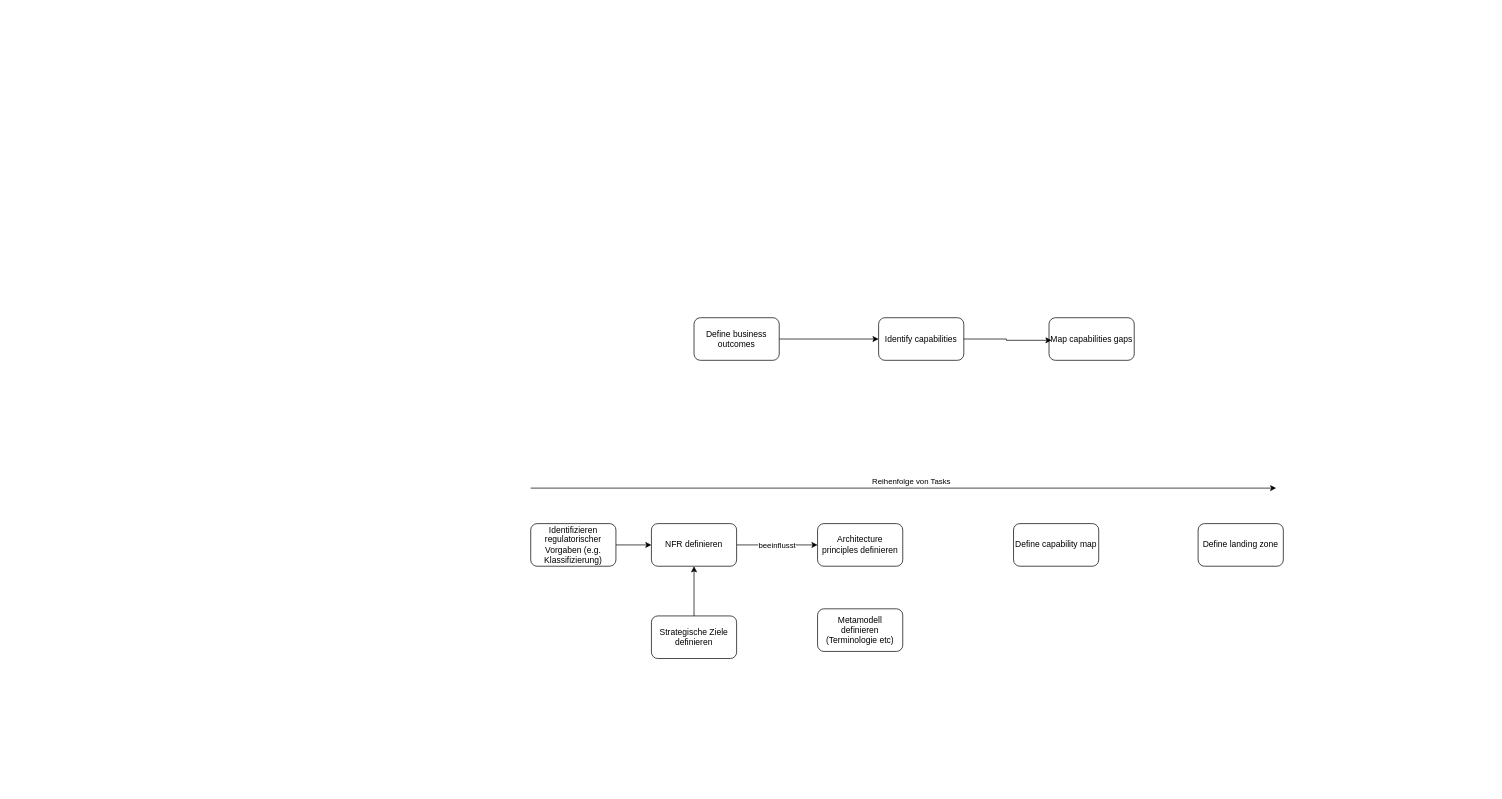
The draw.io diagram graphics/ip6-ideation.drawio in frithjofhoppe/aitw-report, before the edit. Source tidied: cells renumbered, new cells numbered last; positions are measured from the earlier drawing's top-left corner, leaving out a move shared by most shapes. Both pictures are drawn from the tidied source at 71%, with x=0, y=0 at pixel (530, 317).
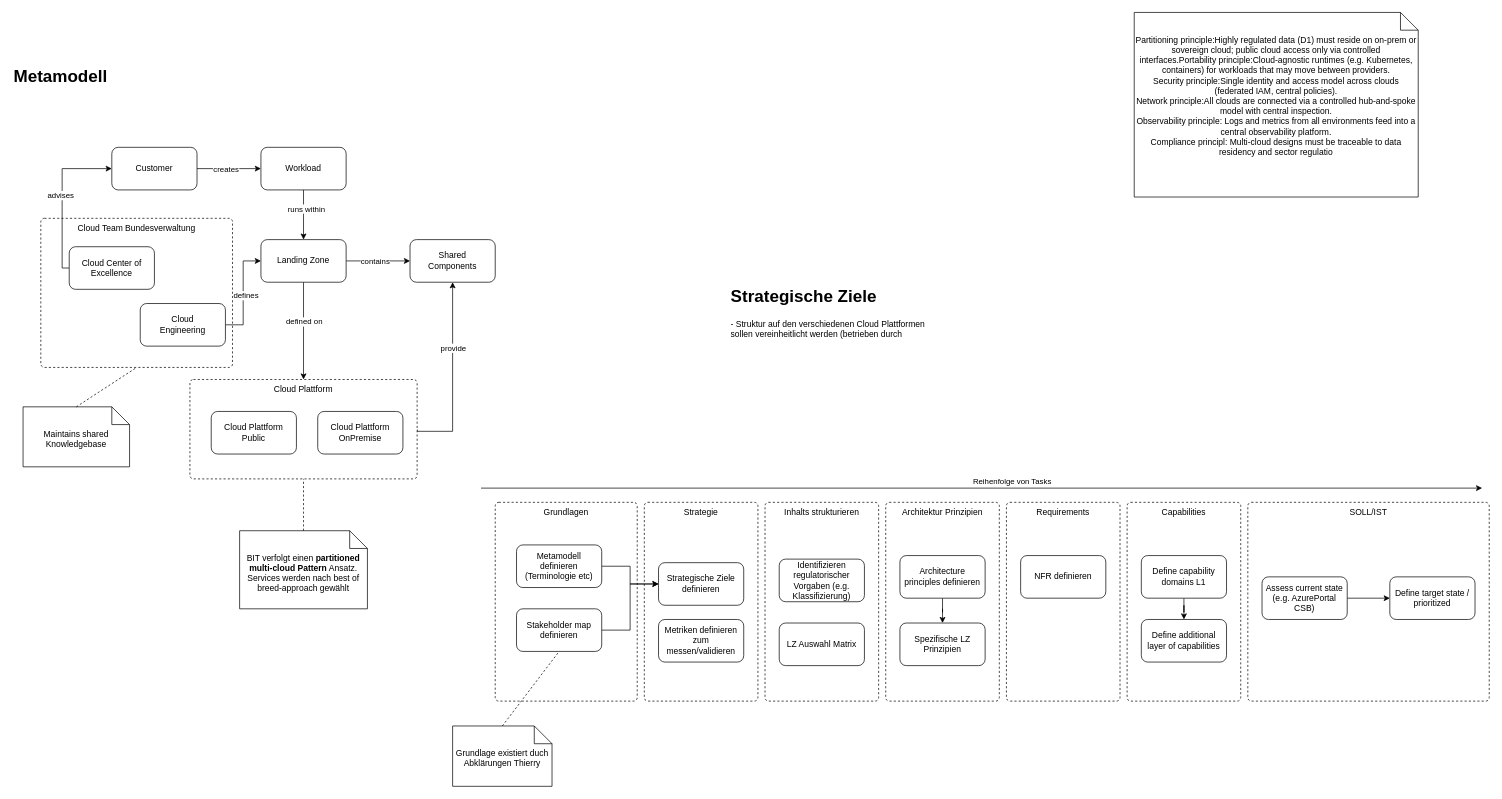
After the change.

Change to the diagram source:
```diff
@@
+    <mxCell id="20" value="&lt;div style=&quot;text-align: left;&quot;&gt;&lt;span style=&quot;background-color: transparent; color: light-dark(rgb(0, 0, 0), rgb(255, 255, 255));&quot;&gt;Cloud Team Bundesverwaltung&lt;/span&gt;&lt;/div&gt;" style="html=1;align=center;verticalAlign=top;rounded=1;absoluteArcSize=1;arcSize=10;dashed=1;whiteSpace=wrap;" parent="1" vertex="1">
+      <mxGeometry x="-690" y="-140" width="270" height="210" as="geometry" />
+    </mxCell>
+    <mxCell id="21" value="&lt;div style=&quot;text-align: left;&quot;&gt;SOLL/IST&lt;/div&gt;" style="html=1;align=center;verticalAlign=top;rounded=1;absoluteArcSize=1;arcSize=10;dashed=1;whiteSpace=wrap;" parent="1" vertex="1">
+      <mxGeometry x="1010" y="260" width="340" height="280" as="geometry" />
+    </mxCell>
+    <mxCell id="22" value="&lt;div style=&quot;text-align: left;&quot;&gt;Capabilities&lt;/div&gt;" style="html=1;align=center;verticalAlign=top;rounded=1;absoluteArcSize=1;arcSize=10;dashed=1;whiteSpace=wrap;" parent="1" vertex="1">
+      <mxGeometry x="840" y="260" width="160" height="280" as="geometry" />
+    </mxCell>
+    <mxCell id="23" value="&lt;div style=&quot;text-align: left;&quot;&gt;Requirements&lt;/div&gt;" style="html=1;align=center;verticalAlign=top;rounded=1;absoluteArcSize=1;arcSize=10;dashed=1;whiteSpace=wrap;" parent="1" vertex="1">
+      <mxGeometry x="670" y="260" width="160" height="280" as="geometry" />
+    </mxCell>
+    <mxCell id="24" value="&lt;div style=&quot;text-align: left;&quot;&gt;Architektur Prinzipien&lt;/div&gt;" style="html=1;align=center;verticalAlign=top;rounded=1;absoluteArcSize=1;arcSize=10;dashed=1;whiteSpace=wrap;" parent="1" vertex="1">
+      <mxGeometry x="500" y="260" width="160" height="280" as="geometry" />
+    </mxCell>
+    <mxCell id="25" value="&lt;div style=&quot;text-align: left;&quot;&gt;Inhalts strukturieren&lt;/div&gt;" style="html=1;align=center;verticalAlign=top;rounded=1;absoluteArcSize=1;arcSize=10;dashed=1;whiteSpace=wrap;" parent="1" vertex="1">
+      <mxGeometry x="330" y="260" width="160" height="280" as="geometry" />
+    </mxCell>
+    <mxCell id="26" value="&lt;div style=&quot;text-align: left;&quot;&gt;Strategie&lt;/div&gt;" style="html=1;align=center;verticalAlign=top;rounded=1;absoluteArcSize=1;arcSize=10;dashed=1;whiteSpace=wrap;" parent="1" vertex="1">
+      <mxGeometry x="160" y="260" width="160" height="280" as="geometry" />
+    </mxCell>
+    <mxCell id="27" value="&lt;span style=&quot;text-align: left;&quot;&gt;Grundlagen&lt;/span&gt;" style="html=1;align=center;verticalAlign=top;rounded=1;absoluteArcSize=1;arcSize=10;dashed=1;whiteSpace=wrap;" parent="1" vertex="1">
+      <mxGeometry x="-50" y="260" width="200" height="280" as="geometry" />
+    </mxCell>
+    <mxCell id="28" style="edgeStyle=orthogonalEdgeStyle;rounded=0;jettySize=auto;html=1;entryX=0.5;entryY=0;entryDx=0;entryDy=0;" parent="1" edge="1" source="2" target="40">
+      <mxGeometry relative="1" as="geometry" />
+    </mxCell>
     <mxCell id="2" value="Architecture principles definieren" style="rounded=1;whiteSpace=wrap;html=1;" parent="1" vertex="1">
-      <mxGeometry x="404" y="290" width="120" height="60" as="geometry" />
+      <mxGeometry x="520" y="335" width="120" height="60" as="geometry" />
     </mxCell>
-    <mxCell id="3" style="edgeStyle=orthogonalEdgeStyle;rounded=0;jettySize=auto;html=1;entryX=0;entryY=0.5;entryDx=0;entryDy=0;" parent="1" edge="1" source="4" target="5">
-      <mxGeometry relative="1" as="geometry" />
-    </mxCell>
-    <mxCell id="4" value="Define business outcomes" style="rounded=1;whiteSpace=wrap;html=1;" parent="1" vertex="1">
-      <mxGeometry x="230" width="120" height="60" as="geometry" />
-    </mxCell>
-    <mxCell id="5" value="Identify capabilities" style="rounded=1;whiteSpace=wrap;html=1;" parent="1" vertex="1">
-      <mxGeometry x="490" width="120" height="60" as="geometry" />
-    </mxCell>
-    <mxCell id="6" value="Map capabilities gaps" style="rounded=1;whiteSpace=wrap;html=1;" parent="1" vertex="1">
-      <mxGeometry x="730" width="120" height="60" as="geometry" />
-    </mxCell>
-    <mxCell id="7" style="edgeStyle=orthogonalEdgeStyle;rounded=0;jettySize=auto;html=1;entryX=0.03;entryY=0.53;entryDx=0;entryDy=0;entryPerimeter=0;" parent="1" edge="1" source="5" target="6">
-      <mxGeometry relative="1" as="geometry" />
-    </mxCell>
+    <mxCell id="29" style="edgeStyle=orthogonalEdgeStyle;rounded=0;jettySize=auto;html=1;entryX=0;entryY=0.5;entryDx=0;entryDy=0;" parent="1" edge="1" source="8" target="13">
+      <mxGeometry relative="1" as="geometry" />
+    </mxCell>
     <mxCell id="8" value="Metamodell definieren (Terminologie etc)" style="rounded=1;whiteSpace=wrap;html=1;" parent="1" vertex="1">
-      <mxGeometry x="404" y="410" width="120" height="60" as="geometry" />
+      <mxGeometry x="-20" y="320" width="120" height="60" as="geometry" />
     </mxCell>
-    <mxCell id="9" style="edgeStyle=orthogonalEdgeStyle;rounded=0;jettySize=auto;html=1;entryX=0;entryY=0.5;entryDx=0;entryDy=0;" parent="1" edge="1" source="11" target="2">
-      <mxGeometry relative="1" as="geometry" />
-    </mxCell>
-    <mxCell id="10" value="beeinflusst" style="edgeLabel;html=1;align=center;verticalAlign=middle;" parent="9" vertex="1">
-      <mxGeometry x="-0.02" relative="1" as="geometry" />
-    </mxCell>
     <mxCell id="11" value="NFR definieren" style="rounded=1;whiteSpace=wrap;html=1;" parent="1" vertex="1">
-      <mxGeometry x="170" y="290" width="120" height="60" as="geometry" />
+      <mxGeometry x="690" y="335" width="120" height="60" as="geometry" />
     </mxCell>
-    <mxCell id="12" style="edgeStyle=orthogonalEdgeStyle;rounded=0;jettySize=auto;html=1;entryX=0.5;entryY=1;entryDx=0;entryDy=0;" parent="1" edge="1" source="13" target="11">
-      <mxGeometry relative="1" as="geometry" />
-    </mxCell>
     <mxCell id="13" value="Strategische Ziele definieren" style="rounded=1;whiteSpace=wrap;html=1;" parent="1" vertex="1">
-      <mxGeometry x="170" y="420" width="120" height="60" as="geometry" />
+      <mxGeometry x="180" y="345" width="120" height="60" as="geometry" />
     </mxCell>
+    <mxCell id="30" style="edgeStyle=orthogonalEdgeStyle;rounded=0;jettySize=auto;html=1;" parent="1" edge="1" source="14" target="32">
+      <mxGeometry relative="1" as="geometry" />
+    </mxCell>
-    <mxCell id="14" value="Define capability map" style="rounded=1;whiteSpace=wrap;html=1;" parent="1" vertex="1">
-      <mxGeometry x="680" y="290" width="120" height="60" as="geometry" />
+    <mxCell id="14" value="Define capability domains L1" style="rounded=1;whiteSpace=wrap;html=1;" parent="1" vertex="1">
+      <mxGeometry x="860" y="335" width="120" height="60" as="geometry" />
     </mxCell>
-    <mxCell id="15" value="Define landing zone" style="rounded=1;whiteSpace=wrap;html=1;" parent="1" vertex="1">
-      <mxGeometry x="940" y="290" width="120" height="60" as="geometry" />
-    </mxCell>
-    <mxCell id="16" style="edgeStyle=orthogonalEdgeStyle;rounded=0;jettySize=auto;html=1;entryX=0;entryY=0.5;entryDx=0;entryDy=0;" parent="1" edge="1" source="17" target="11">
-      <mxGeometry relative="1" as="geometry" />
-    </mxCell>
     <mxCell id="17" value="&lt;div&gt;Identifizieren regulatorischer Vorgaben (e.g. Klassifizierung)&lt;/div&gt;" style="rounded=1;whiteSpace=wrap;html=1;" parent="1" vertex="1">
-      <mxGeometry y="290" width="120" height="60" as="geometry" />
+      <mxGeometry x="350" y="340" width="120" height="60" as="geometry" />
     </mxCell>
     <mxCell id="18" style="endArrow=classic;html=2;rounded=0;" parent="1" edge="1">
       <mxGeometry relative="1" as="geometry">
-        <mxPoint y="240" as="sourcePoint" />
-        <mxPoint x="1050" y="240" as="targetPoint" />
+        <mxPoint x="-70" y="240" as="sourcePoint" />
+        <mxPoint x="1340" y="240" as="targetPoint" />
       </mxGeometry>
     </mxCell>
@@
+    <mxCell id="31" value="&lt;span style=&quot;text-align: left;&quot;&gt;Partitioning principle:Highly regulated data (D1) must reside on on-prem or sovereign cloud; public cloud access only via controlled interfaces.Portability principle:Cloud-agnostic runtimes (e.g. Kubernetes, containers) for workloads that may move between providers.&lt;/span&gt;&lt;br style=&quot;padding: 0px; margin: 0px; text-align: left;&quot;&gt;&lt;span style=&quot;text-align: left;&quot;&gt;Security principle:Single identity and access model across clouds (federated IAM, central policies).&lt;/span&gt;&lt;br style=&quot;padding: 0px; margin: 0px; text-align: left;&quot;&gt;&lt;span style=&quot;text-align: left;&quot;&gt;Network principle:All clouds are connected via a controlled hub-and-spoke model with central inspection.&lt;/span&gt;&lt;br style=&quot;padding: 0px; margin: 0px; text-align: left;&quot;&gt;&lt;span style=&quot;text-align: left;&quot;&gt;Observability principle: Logs and metrics from all environments feed into a central observability platform.&lt;/span&gt;&lt;br style=&quot;padding: 0px; margin: 0px; text-align: left;&quot;&gt;&lt;span style=&quot;text-align: left;&quot;&gt;Compliance principl: Multi-cloud designs must be traceable to data residency and sector regulatio&lt;/span&gt;" style="shape=note2;boundedLbl=1;whiteSpace=wrap;html=1;size=25;verticalAlign=top;align=center;" parent="1" vertex="1">
+      <mxGeometry x="850" y="-430" width="400" height="260" as="geometry" />
+    </mxCell>
+    <mxCell id="32" value="Define additional layer of capabilities" style="rounded=1;whiteSpace=wrap;html=1;" parent="1" vertex="1">
+      <mxGeometry x="860" y="425" width="120" height="60" as="geometry" />
+    </mxCell>
+    <mxCell id="33" style="edgeStyle=orthogonalEdgeStyle;rounded=0;jettySize=auto;html=1;" parent="1" edge="1" source="34" target="35">
+      <mxGeometry relative="1" as="geometry" />
+    </mxCell>
+    <mxCell id="34" value="Assess current state (e.g. AzurePortal CSB)" style="rounded=1;whiteSpace=wrap;html=1;" parent="1" vertex="1">
+      <mxGeometry x="1030" y="365" width="120" height="60" as="geometry" />
+    </mxCell>
+    <mxCell id="35" value="Define target state / prioritized" style="rounded=1;whiteSpace=wrap;html=1;" parent="1" vertex="1">
+      <mxGeometry x="1210" y="365" width="120" height="60" as="geometry" />
+    </mxCell>
+    <mxCell id="36" style="edgeStyle=orthogonalEdgeStyle;rounded=0;jettySize=auto;html=1;entryX=0;entryY=0.5;entryDx=0;entryDy=0;" parent="1" edge="1" source="37" target="13">
+      <mxGeometry relative="1" as="geometry" />
+    </mxCell>
+    <mxCell id="37" value="Stakeholder map definieren" style="rounded=1;whiteSpace=wrap;html=1;" parent="1" vertex="1">
+      <mxGeometry x="-20" y="410" width="120" height="60" as="geometry" />
+    </mxCell>
+    <mxCell id="38" value="Metriken definieren zum messen/validieren" style="rounded=1;whiteSpace=wrap;html=1;" parent="1" vertex="1">
+      <mxGeometry x="180" y="425" width="120" height="60" as="geometry" />
+    </mxCell>
+    <mxCell id="39" value="LZ Auswahl Matrix" style="rounded=1;whiteSpace=wrap;html=1;" parent="1" vertex="1">
+      <mxGeometry x="350" y="430" width="120" height="60" as="geometry" />
+    </mxCell>
+    <mxCell id="40" value="Spezifische LZ Prinzipien" style="rounded=1;whiteSpace=wrap;html=1;" parent="1" vertex="1">
+      <mxGeometry x="520" y="430" width="120" height="60" as="geometry" />
+    </mxCell>
+    <mxCell id="41" value="Grundlage existiert duch Abklärungen Thierry" style="shape=note2;boundedLbl=1;whiteSpace=wrap;html=1;size=25;verticalAlign=top;align=center;" parent="1" vertex="1">
+      <mxGeometry x="-110" y="575" width="140" height="85" as="geometry" />
+    </mxCell>
+    <mxCell id="42" style="endArrow=none;dashed=1;html=1;rounded=0;exitX=0.5;exitY=0;exitDx=0;exitDy=0;exitPerimeter=0;entryX=0.5;entryY=1;entryDx=0;entryDy=0;" parent="1" edge="1" source="41" target="37">
+      <mxGeometry relative="1" as="geometry" />
+    </mxCell>
+    <mxCell id="43" style="edgeStyle=orthogonalEdgeStyle;rounded=0;jettySize=auto;html=1;entryX=0.5;entryY=1;entryDx=0;entryDy=0;exitX=1;exitY=0.5;exitDx=0;exitDy=0;" parent="1" edge="1" source="45" target="58">
+      <mxGeometry relative="1" as="geometry">
+        <Array as="points">
+          <mxPoint x="-160" y="160" />
+          <mxPoint x="-110" y="160" />
+        </Array>
+      </mxGeometry>
+    </mxCell>
+    <mxCell id="44" value="provide" style="edgeLabel;html=1;align=center;verticalAlign=middle;" parent="43" vertex="1">
+      <mxGeometry x="0.3" relative="1" as="geometry" />
+    </mxCell>
+    <mxCell id="45" value="&lt;span style=&quot;text-align: left;&quot;&gt;Cloud Plattform&lt;/span&gt;" style="html=1;align=center;verticalAlign=top;rounded=1;absoluteArcSize=1;arcSize=10;dashed=1;whiteSpace=wrap;" parent="1" vertex="1">
+      <mxGeometry x="-480" y="87" width="320" height="140" as="geometry" />
+    </mxCell>
+    <mxCell id="46" style="edgeStyle=orthogonalEdgeStyle;rounded=0;jettySize=auto;html=1;entryX=0.5;entryY=0;entryDx=0;entryDy=0;" parent="1" edge="1" source="50" target="45">
+      <mxGeometry relative="1" as="geometry" />
+    </mxCell>
+    <mxCell id="47" value="defined on" style="edgeLabel;html=1;align=center;verticalAlign=middle;" parent="46" vertex="1">
+      <mxGeometry x="-0.19" relative="1" as="geometry" />
+    </mxCell>
+    <mxCell id="48" style="edgeStyle=orthogonalEdgeStyle;rounded=0;jettySize=auto;html=1;entryX=0;entryY=0.5;entryDx=0;entryDy=0;" parent="1" edge="1" source="50" target="58">
+      <mxGeometry relative="1" as="geometry" />
+    </mxCell>
+    <mxCell id="49" value="contains" style="edgeLabel;html=1;align=center;verticalAlign=middle;" parent="48" vertex="1">
+      <mxGeometry x="-0.02" y="-2" relative="1" as="geometry">
+        <mxPoint x="-4" y="-2" as="offset" />
+      </mxGeometry>
+    </mxCell>
+    <mxCell id="50" value="Landing Zone" style="rounded=1;whiteSpace=wrap;html=1;" parent="1" vertex="1">
+      <mxGeometry x="-380" y="-110" width="120" height="60" as="geometry" />
+    </mxCell>
+    <mxCell id="51" value="Cloud Plattform&lt;div&gt;Public&lt;/div&gt;" style="rounded=1;whiteSpace=wrap;html=1;" parent="1" vertex="1">
+      <mxGeometry x="-450" y="132" width="120" height="60" as="geometry" />
+    </mxCell>
+    <mxCell id="52" value="Cloud Plattform&lt;div&gt;OnPremise&lt;/div&gt;" style="rounded=1;whiteSpace=wrap;html=1;" parent="1" vertex="1">
+      <mxGeometry x="-300" y="132" width="120" height="60" as="geometry" />
+    </mxCell>
+    <mxCell id="53" value="BIT verfolgt einen &lt;b&gt;partitioned multi-cloud Pattern&lt;/b&gt; Ansatz. Services werden nach best of breed-approach gewählt&lt;div&gt;&lt;br&gt;&lt;/div&gt;" style="shape=note2;boundedLbl=1;whiteSpace=wrap;html=1;size=25;verticalAlign=top;align=center;" parent="1" vertex="1">
+      <mxGeometry x="-410" y="300" width="180" height="110" as="geometry" />
+    </mxCell>
+    <mxCell id="54" style="edgeStyle=orthogonalEdgeStyle;rounded=0;jettySize=auto;html=1;entryX=0.5;entryY=0;entryDx=0;entryDy=0;" parent="1" edge="1" source="56" target="50">
+      <mxGeometry relative="1" as="geometry" />
+    </mxCell>
+    <mxCell id="55" value="runs within" style="edgeLabel;html=1;align=center;verticalAlign=middle;" parent="54" vertex="1">
+      <mxGeometry x="-0.27" y="3" relative="1" as="geometry" />
+    </mxCell>
+    <mxCell id="56" value="Workload" style="rounded=1;whiteSpace=wrap;html=1;" parent="1" vertex="1">
+      <mxGeometry x="-380" y="-240" width="120" height="60" as="geometry" />
+    </mxCell>
+    <mxCell id="57" style="endArrow=none;dashed=1;html=1;rounded=0;entryX=0.5;entryY=1;entryDx=0;entryDy=0;" parent="1" edge="1" source="53" target="45">
+      <mxGeometry relative="1" as="geometry" />
+    </mxCell>
+    <mxCell id="58" value="Shared&lt;div&gt;Components&lt;/div&gt;" style="rounded=1;whiteSpace=wrap;html=1;" parent="1" vertex="1">
+      <mxGeometry x="-170" y="-110" width="120" height="60" as="geometry" />
+    </mxCell>
+    <mxCell id="59" value="&lt;h1 style=&quot;margin-top: 0px;&quot;&gt;Metamodell&lt;/h1&gt;" style="text;html=1;whiteSpace=wrap;overflow=hidden;rounded=0;" parent="1" vertex="1">
+      <mxGeometry x="-730" y="-360" width="180" height="50" as="geometry" />
+    </mxCell>
+    <mxCell id="60" value="&lt;h1 style=&quot;margin-top: 0px;&quot;&gt;Strategische Ziele&lt;/h1&gt;&lt;p&gt;- Struktur auf den verschiedenen Cloud Plattformen sollen vereinheitlicht werden (betrieben durch&amp;nbsp;&lt;/p&gt;" style="text;html=1;whiteSpace=wrap;overflow=hidden;rounded=0;" parent="1" vertex="1">
+      <mxGeometry x="280" y="-50" width="280" height="120" as="geometry" />
+    </mxCell>
+    <mxCell id="61" style="edgeStyle=orthogonalEdgeStyle;rounded=0;jettySize=auto;html=1;entryX=0;entryY=0.5;entryDx=0;entryDy=0;" parent="1" edge="1" source="63" target="66">
+      <mxGeometry relative="1" as="geometry">
+        <Array as="points">
+          <mxPoint x="-660" y="-70" />
+          <mxPoint x="-660" y="-210" />
+        </Array>
+      </mxGeometry>
+    </mxCell>
+    <mxCell id="62" value="advises" style="edgeLabel;html=1;align=center;verticalAlign=middle;" parent="61" vertex="1">
+      <mxGeometry x="0.03" y="3" relative="1" as="geometry" />
+    </mxCell>
+    <mxCell id="63" value="Cloud Center of Excellence" style="rounded=1;whiteSpace=wrap;html=1;" parent="1" vertex="1">
+      <mxGeometry x="-650" y="-100" width="120" height="60" as="geometry" />
+    </mxCell>
+    <mxCell id="64" style="edgeStyle=orthogonalEdgeStyle;rounded=0;jettySize=auto;html=1;entryX=0;entryY=0.5;entryDx=0;entryDy=0;" parent="1" edge="1" source="66" target="56">
+      <mxGeometry relative="1" as="geometry" />
+    </mxCell>
+    <mxCell id="65" value="creates" style="edgeLabel;html=1;align=center;verticalAlign=middle;" parent="64" vertex="1">
+      <mxGeometry x="0.31" y="-3" relative="1" as="geometry">
+        <mxPoint x="-19" y="-3" as="offset" />
+      </mxGeometry>
+    </mxCell>
+    <mxCell id="66" value="Customer" style="rounded=1;whiteSpace=wrap;html=1;" parent="1" vertex="1">
+      <mxGeometry x="-590" y="-240" width="120" height="60" as="geometry" />
+    </mxCell>
+    <mxCell id="67" style="edgeStyle=orthogonalEdgeStyle;rounded=0;jettySize=auto;html=1;entryX=0;entryY=0.5;entryDx=0;entryDy=0;" parent="1" edge="1" source="69" target="50">
+      <mxGeometry relative="1" as="geometry" />
+    </mxCell>
+    <mxCell id="68" value="defines" style="edgeLabel;html=1;align=center;verticalAlign=middle;" parent="67" vertex="1">
+      <mxGeometry x="-0.04" y="-3" relative="1" as="geometry" />
+    </mxCell>
+    <mxCell id="69" value="Cloud&lt;div&gt;Engineering&lt;/div&gt;" style="rounded=1;whiteSpace=wrap;html=1;" parent="1" vertex="1">
+      <mxGeometry x="-550" y="-20" width="120" height="60" as="geometry" />
+    </mxCell>
+    <mxCell id="70" value="Maintains shared Knowledgebase" style="shape=note2;boundedLbl=1;whiteSpace=wrap;html=1;size=25;verticalAlign=top;align=center;" parent="1" vertex="1">
+      <mxGeometry x="-715" y="125.5" width="150" height="84.5" as="geometry" />
+    </mxCell>
+    <mxCell id="71" style="endArrow=none;dashed=1;html=1;rounded=0;exitX=0.5;exitY=0;exitDx=0;exitDy=0;exitPerimeter=0;entryX=0.5;entryY=1;entryDx=0;entryDy=0;" parent="1" edge="1" source="70" target="20">
+      <mxGeometry relative="1" as="geometry" />
+    </mxCell>
```
